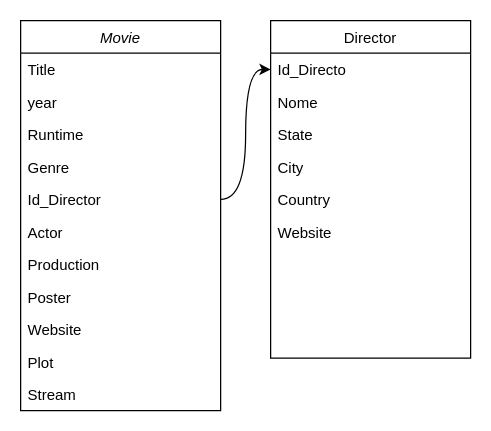
Before: BD_b2movies.drawio in tcbandolilegg/B2MOVIES, a draw.io diagram. Source tidied: cells renumbered, new cells numbered last; positions are measured from the earlier drawing's top-left corner, leaving out a move shared by most shapes. Both pictures are drawn from the tidied source at 125%, with x=0, y=0 at pixel (20, 20).
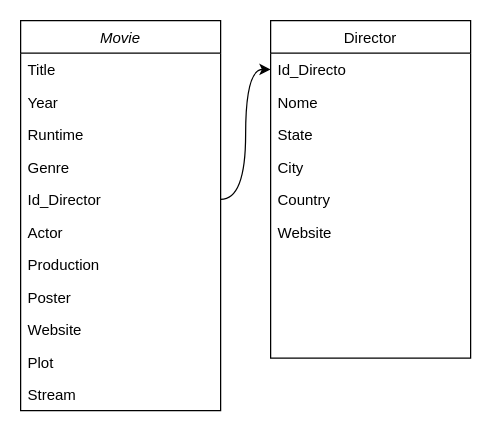
After the change.

The change refers to these unchanged cells:
```xml
<mxCell id="2" value="Movie" style="swimlane;fontStyle=2;align=center;verticalAlign=top;horizontal=1;startSize=26;rounded=0;shadow=0;strokeWidth=1;" parent="1" vertex="1">
  <mxGeometry width="160" height="312" as="geometry" />
</mxCell>
```

Change to the diagram source:
```diff
@@
-    <mxCell id="4" value="year" style="text;align=left;verticalAlign=top;spacingLeft=4;spacingRight=4;overflow=hidden;rounded=0;shadow=0;html=0;" parent="2" vertex="1">
+    <mxCell id="4" value="Year" style="text;align=left;verticalAlign=top;spacingLeft=4;spacingRight=4;overflow=hidden;rounded=0;shadow=0;html=0;" parent="2" vertex="1">
       <mxGeometry y="52" width="160" height="26" as="geometry" />
     </mxCell>
```
